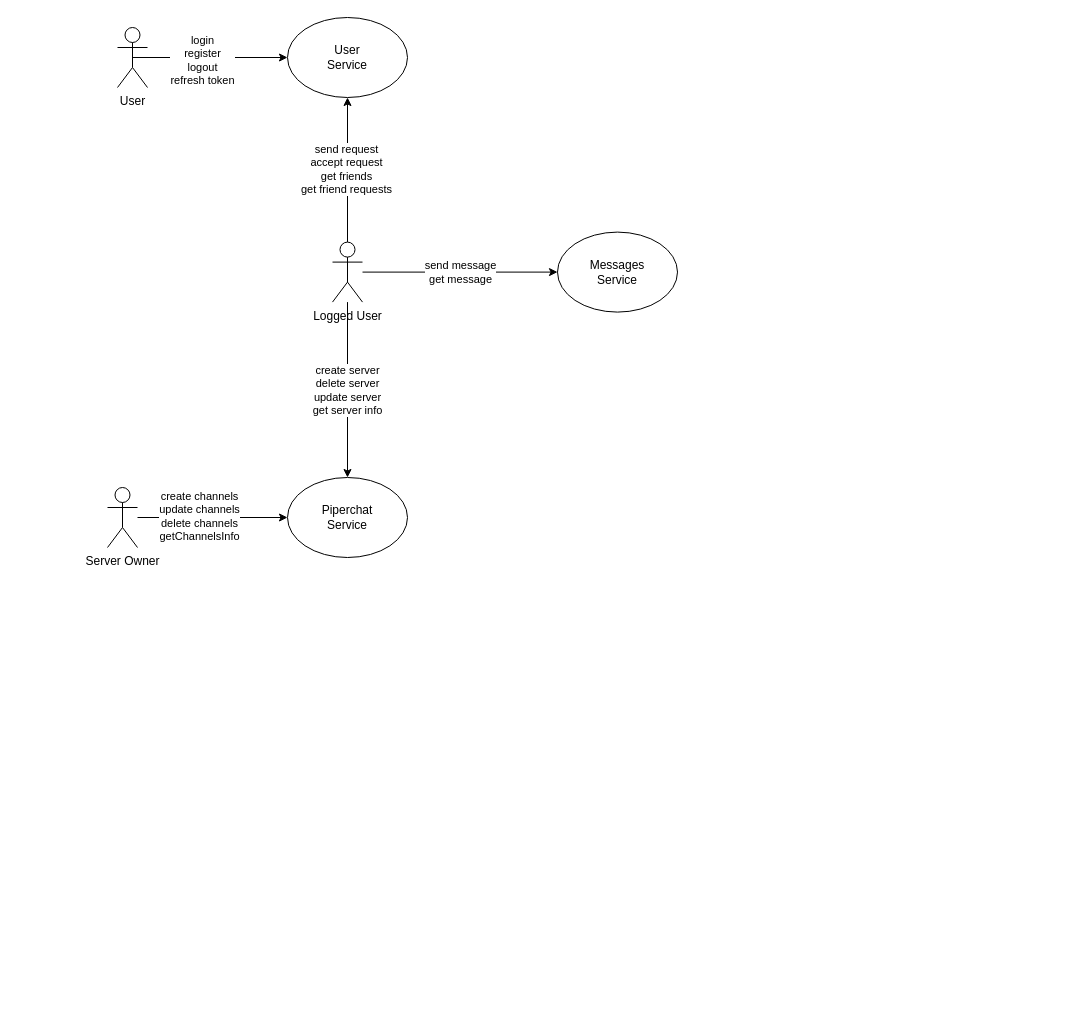
zucchero-sintattico/piperchat keeps this draw.io diagram as page "Casi d'uso" (8 of 8) of piperchat.drawio. Above is the earlier version. Source tidied: cells renumbered, new cells numbered last; positions are measured from the earlier drawing's top-left corner, leaving out a move shared by most shapes. Both pictures are drawn from the tidied source at 100%, with x=0, y=0 at pixel (107, 17).
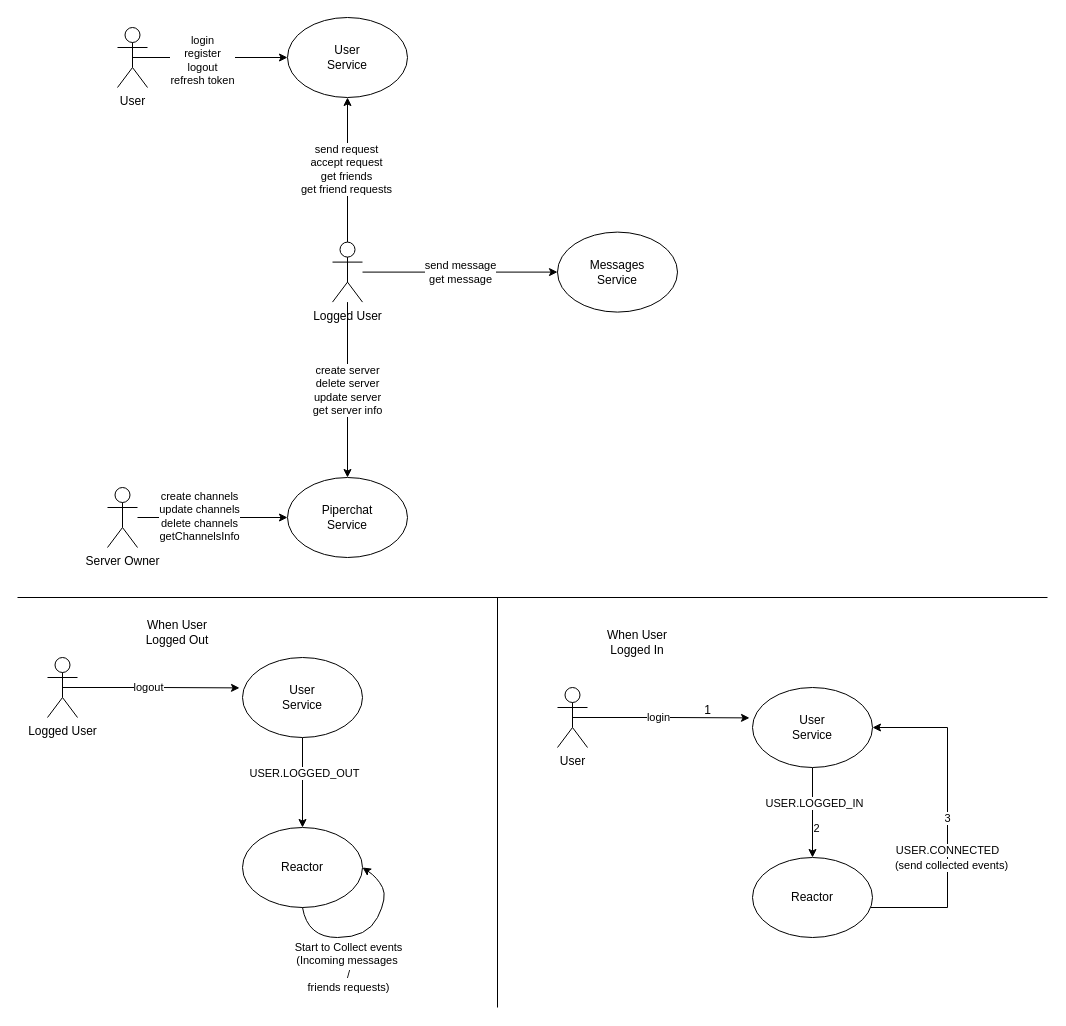
The same diagram, later.

Commit message:
login/logout flow graph

Change to the diagram source:
```diff
@@
+    <mxCell id="16" style="endArrow=none;html=1;rounded=0;" parent="1" edge="1">
+      <mxGeometry relative="1" as="geometry">
+        <mxPoint x="-90" y="580" as="sourcePoint" />
+        <mxPoint x="940" y="580" as="targetPoint" />
+      </mxGeometry>
+    </mxCell>
+    <mxCell id="17" style="edgeStyle=orthogonalEdgeStyle;rounded=0;jettySize=auto;html=1;exitX=0.5;exitY=0.5;exitDx=0;exitDy=0;exitPerimeter=0;entryX=-0.025;entryY=0.38;entryDx=0;entryDy=0;entryPerimeter=0;" parent="1" edge="1" source="19" target="22">
+      <mxGeometry relative="1" as="geometry" />
+    </mxCell>
+    <mxCell id="18" value="logout" style="edgeLabel;html=1;align=center;verticalAlign=middle;" parent="17" vertex="1">
+      <mxGeometry x="-0.04" y="1" relative="1" as="geometry" />
+    </mxCell>
+    <mxCell id="19" value="Logged User" style="shape=umlActor;verticalLabelPosition=bottom;verticalAlign=top;html=1;outlineConnect=0;" parent="1" vertex="1">
+      <mxGeometry x="-60" y="640" width="30" height="60" as="geometry" />
+    </mxCell>
+    <mxCell id="20" style="edgeStyle=orthogonalEdgeStyle;rounded=0;jettySize=auto;html=1;" parent="1" edge="1" source="22" target="24">
+      <mxGeometry relative="1" as="geometry" />
+    </mxCell>
+    <mxCell id="21" value="USER.LOGGED_OUT" style="edgeLabel;html=1;align=center;verticalAlign=middle;" parent="20" vertex="1">
+      <mxGeometry x="-0.22" y="1" relative="1" as="geometry" />
+    </mxCell>
+    <mxCell id="22" value="User&lt;br&gt;Service" style="ellipse;whiteSpace=wrap;html=1;" parent="1" vertex="1">
+      <mxGeometry x="135" y="640" width="120" height="80" as="geometry" />
+    </mxCell>
+    <mxCell id="23" value="When User Logged Out" style="text;html=1;strokeColor=none;fillColor=none;align=center;verticalAlign=middle;whiteSpace=wrap;rounded=0;" parent="1" vertex="1">
+      <mxGeometry x="20" y="600" width="100" height="30" as="geometry" />
+    </mxCell>
+    <mxCell id="24" value="Reactor" style="ellipse;whiteSpace=wrap;html=1;" parent="1" vertex="1">
+      <mxGeometry x="135" y="810" width="120" height="80" as="geometry" />
+    </mxCell>
+    <mxCell id="25" style="curved=1;endArrow=classic;html=1;rounded=0;exitX=0.5;exitY=1;exitDx=0;exitDy=0;entryX=1;entryY=0.5;entryDx=0;entryDy=0;" parent="1" edge="1" source="24" target="24">
+      <mxGeometry relative="1" as="geometry">
+        <Array as="points">
+          <mxPoint x="200" y="920" />
+          <mxPoint x="260" y="920" />
+          <mxPoint x="280" y="880" />
+          <mxPoint x="270" y="860" />
+        </Array>
+      </mxGeometry>
+    </mxCell>
+    <mxCell id="26" value="Start to Collect events&lt;br&gt;(Incoming messages&amp;nbsp;&lt;br&gt;/&lt;br&gt;friends requests)" style="edgeLabel;html=1;align=center;verticalAlign=middle;" parent="25" vertex="1">
+      <mxGeometry x="0.09" y="-1" relative="1" as="geometry">
+        <mxPoint x="-23" y="34" as="offset" />
+      </mxGeometry>
+    </mxCell>
+    <mxCell id="27" value="When User Logged In" style="text;html=1;strokeColor=none;fillColor=none;align=center;verticalAlign=middle;whiteSpace=wrap;rounded=0;" parent="1" vertex="1">
+      <mxGeometry x="480" y="610" width="100" height="30" as="geometry" />
+    </mxCell>
+    <mxCell id="28" style="endArrow=none;html=1;rounded=0;" parent="1" edge="1">
+      <mxGeometry relative="1" as="geometry">
+        <mxPoint x="390" y="580" as="sourcePoint" />
+        <mxPoint x="390" y="990" as="targetPoint" />
+      </mxGeometry>
+    </mxCell>
+    <mxCell id="29" style="edgeStyle=orthogonalEdgeStyle;rounded=0;jettySize=auto;html=1;exitX=0.5;exitY=0.5;exitDx=0;exitDy=0;exitPerimeter=0;entryX=-0.025;entryY=0.38;entryDx=0;entryDy=0;entryPerimeter=0;" parent="1" edge="1" source="31" target="35">
+      <mxGeometry relative="1" as="geometry" />
+    </mxCell>
+    <mxCell id="30" value="login" style="edgeLabel;html=1;align=center;verticalAlign=middle;" parent="29" vertex="1">
+      <mxGeometry x="-0.04" y="1" relative="1" as="geometry" />
+    </mxCell>
+    <mxCell id="31" value="User" style="shape=umlActor;verticalLabelPosition=bottom;verticalAlign=top;html=1;outlineConnect=0;" parent="1" vertex="1">
+      <mxGeometry x="450" y="670" width="30" height="60" as="geometry" />
+    </mxCell>
+    <mxCell id="32" style="edgeStyle=orthogonalEdgeStyle;rounded=0;jettySize=auto;html=1;" parent="1" edge="1" source="35" target="39">
+      <mxGeometry relative="1" as="geometry" />
+    </mxCell>
+    <mxCell id="33" value="USER.LOGGED_IN" style="edgeLabel;html=1;align=center;verticalAlign=middle;" parent="32" vertex="1">
+      <mxGeometry x="-0.22" y="1" relative="1" as="geometry" />
+    </mxCell>
+    <mxCell id="34" value="2" style="edgeLabel;html=1;align=center;verticalAlign=middle;" parent="32" vertex="1">
+      <mxGeometry x="0.33" y="3" relative="1" as="geometry" />
+    </mxCell>
+    <mxCell id="35" value="User&lt;br&gt;Service" style="ellipse;whiteSpace=wrap;html=1;" parent="1" vertex="1">
+      <mxGeometry x="645" y="670" width="120" height="80" as="geometry" />
+    </mxCell>
+    <mxCell id="36" value="3" style="edgeStyle=orthogonalEdgeStyle;rounded=0;jettySize=auto;html=1;entryX=1;entryY=0.5;entryDx=0;entryDy=0;" parent="1" edge="1" source="39" target="35">
+      <mxGeometry relative="1" as="geometry">
+        <Array as="points">
+          <mxPoint x="840" y="890" />
+          <mxPoint x="840" y="710" />
+        </Array>
+      </mxGeometry>
+    </mxCell>
+    <mxCell id="37" value="USER.CONNECTED" style="edgeLabel;html=1;align=center;verticalAlign=middle;" parent="36" vertex="1">
+      <mxGeometry x="-0.19" y="1" relative="1" as="geometry" />
+    </mxCell>
+    <mxCell id="38" value="(send collected events)" style="edgeLabel;html=1;align=center;verticalAlign=middle;" parent="36" vertex="1">
+      <mxGeometry x="-0.28" y="-3" relative="1" as="geometry" />
+    </mxCell>
+    <mxCell id="39" value="Reactor" style="ellipse;whiteSpace=wrap;html=1;" parent="1" vertex="1">
+      <mxGeometry x="645" y="840" width="120" height="80" as="geometry" />
+    </mxCell>
+    <mxCell id="40" value="1" style="text;html=1;align=center;verticalAlign=middle;strokeColor=none;fillColor=none;" parent="1" vertex="1">
+      <mxGeometry x="585" y="678" width="30" height="30" as="geometry" />
+    </mxCell>
```
